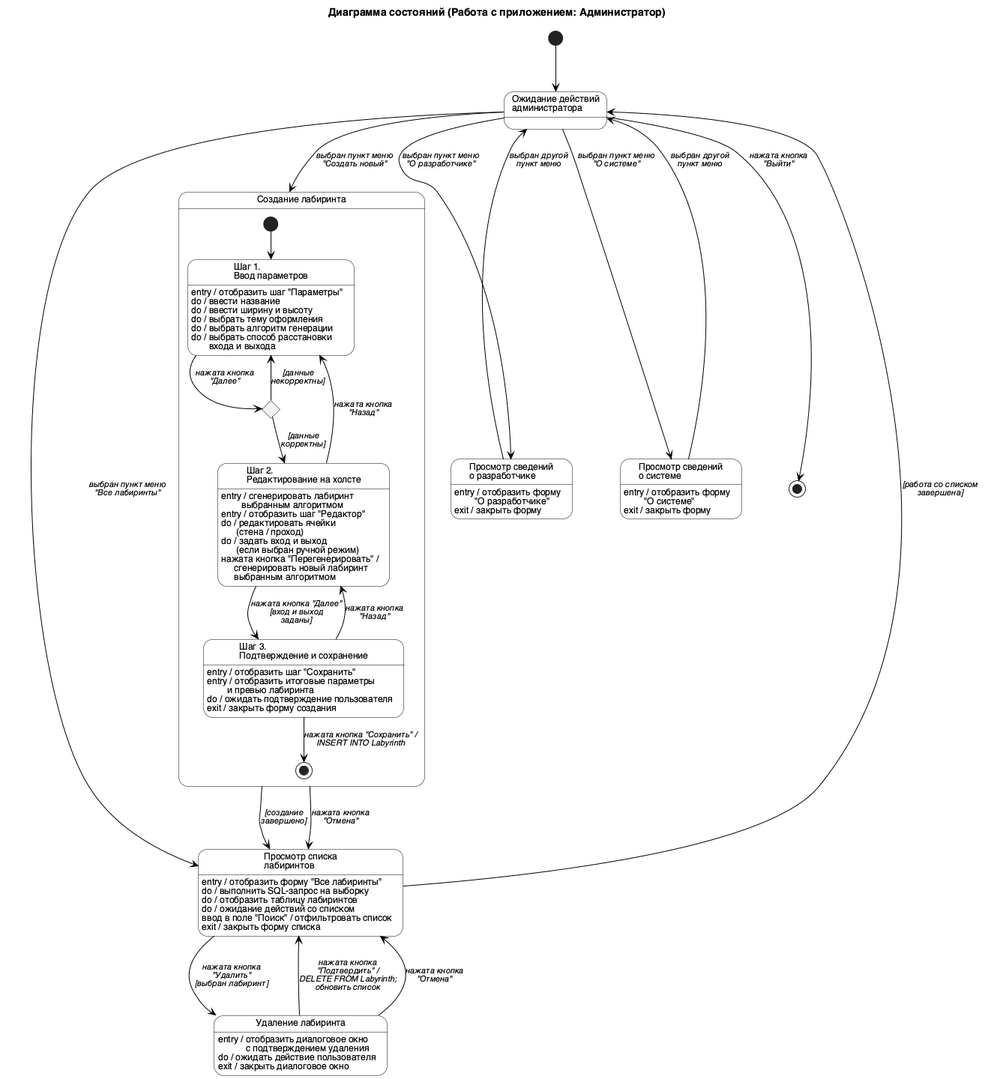
Above: state-admin.png in ozcnii/software-engineering (PlantUML), before the change. Its diagram source:
```plantuml
@startuml
title Диаграмма состояний (Работа с приложением: Администратор)

skinparam state {
  BackgroundColor #FFFFFF
  BorderColor #000000
  FontSize 12
  ArrowColor #000000
  ArrowFontSize 11
  ArrowFontStyle italic
}
skinparam DefaultFontName Helvetica

[*] --> Ожидание

state "Ожидание действий\nадминистратора" as Ожидание

state "Просмотр списка\nлабиринтов" as СписокЛабиринтов {
  СписокЛабиринтов : entry / отобразить форму "Все лабиринты"
  СписокЛабиринтов : do / выполнить SQL-запрос на выборку
  СписокЛабиринтов : do / отобразить таблицу лабиринтов
  СписокЛабиринтов : do / ожидание действий со списком
  СписокЛабиринтов : ввод в поле "Поиск" / отфильтровать список
  СписокЛабиринтов : exit / закрыть форму списка
}

state "Удаление лабиринта" as УдалениеЛабиринта {
  УдалениеЛабиринта : entry / отобразить диалоговое окно\n           с подтверждением удаления
  УдалениеЛабиринта : do / ожидать действие пользователя
  УдалениеЛабиринта : exit / закрыть диалоговое окно
}

state "Создание лабиринта" as СозданиеЛабиринта {
  [*] --> ВводПараметров

  state "Шаг 1.\nВвод параметров" as ВводПараметров {
    ВводПараметров : entry / отобразить шаг "Параметры"
    ВводПараметров : do / ввести название
    ВводПараметров : do / ввести ширину и высоту
    ВводПараметров : do / выбрать тему оформления
    ВводПараметров : do / выбрать алгоритм генерации
    ВводПараметров : do / выбрать способ расстановки\n       входа и выхода
  }

  state "Шаг 2.\nРедактирование на холсте" as Редактор {
    Редактор : entry / сгенерировать лабиринт\n        выбранным алгоритмом
    Редактор : entry / отобразить шаг "Редактор"
    Редактор : do / редактировать ячейки\n      (стена / проход)
    Редактор : do / задать вход и выход\n      (если выбран ручной режим)
    Редактор : нажата кнопка "Перегенерировать" /\n     сгенерировать новый лабиринт\n     выбранным алгоритмом
  }

  state "Шаг 3.\nПодтверждение и сохранение" as Сохранение {
    Сохранение : entry / отобразить шаг "Сохранить"
    Сохранение : entry / отобразить итоговые параметры\n        и превью лабиринта
    Сохранение : do / ожидать подтверждение пользователя
    Сохранение : exit / закрыть форму создания
  }

  state ПроверкаДанных <<choice>>

  ВводПараметров --> ПроверкаДанных : нажата кнопка\n"Далее"
  ПроверкаДанных --> Редактор : [данные\nкорректны]
  ПроверкаДанных --> ВводПараметров : [данные\nнекорректны]

  Редактор --> ВводПараметров : нажата кнопка\n"Назад"
  Редактор --> Сохранение : нажата кнопка "Далее"\n[вход и выход\nзаданы]
  Сохранение --> Редактор : нажата кнопка\n"Назад"
  Сохранение --> [*] : нажата кнопка "Сохранить" /\nINSERT INTO Labyrinth
}

state "Просмотр сведений\nо разработчике" as Разработчик {
  Разработчик : entry / отобразить форму\n        "О разработчике"
  Разработчик : exit / закрыть форму
}

state "Просмотр сведений\nо системе" as Система {
  Система : entry / отобразить форму\n        "О системе"
  Система : exit / закрыть форму
}


Ожидание --> СписокЛабиринтов : выбран пункт меню\n"Все лабиринты"
СписокЛабиринтов --> Ожидание : [работа со списком\nзавершена]

СписокЛабиринтов --> УдалениеЛабиринта : нажата кнопка\n"Удалить"\n[выбран лабиринт]
УдалениеЛабиринта --> СписокЛабиринтов : нажата кнопка\n"Подтвердить" /\nDELETE FROM Labyrinth;\nобновить список
УдалениеЛабиринта --> СписокЛабиринтов : нажата кнопка\n"Отмена"

Ожидание --> СозданиеЛабиринта : выбран пункт меню\n"Создать новый"
СозданиеЛабиринта --> СписокЛабиринтов : [создание\nзавершено]
СозданиеЛабиринта --> СписокЛабиринтов : нажата кнопка\n"Отмена"

Ожидание --> Разработчик : выбран пункт меню\n"О разработчике"
Разработчик --> Ожидание : выбран другой\nпункт меню

Ожидание --> Система : выбран пункт меню\n"О системе"
Система --> Ожидание : выбран другой\nпункт меню

Ожидание --> [*] : нажата кнопка\n"Выйти"

@enduml
```
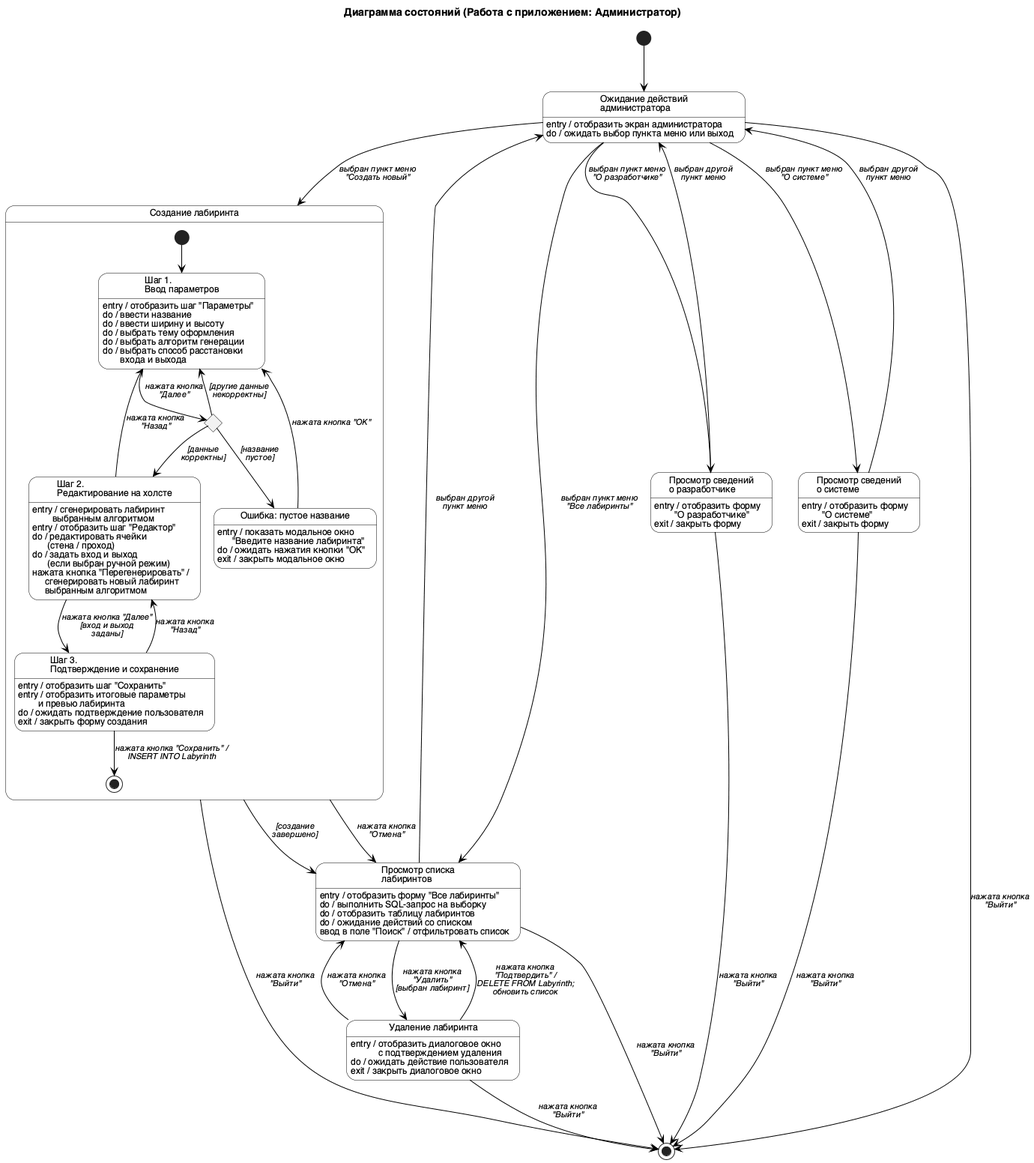
The same diagram one commit later.

Commit message:
Уточнить UML state/use-case и синхронизировать UI удаления

What changed in the source:
```diff
@@ -13,7 +13,10 @@
 
 [*] --> Ожидание
 
-state "Ожидание действий\nадминистратора" as Ожидание
+state "Ожидание действий\nадминистратора" as Ожидание {
+  Ожидание : entry / отобразить экран администратора
+  Ожидание : do / ожидать выбор пункта меню или выход
+}
 
 state "Просмотр списка\nлабиринтов" as СписокЛабиринтов {
   СписокЛабиринтов : entry / отобразить форму "Все лабиринты"
@@ -21,7 +24,6 @@
   СписокЛабиринтов : do / отобразить таблицу лабиринтов
   СписокЛабиринтов : do / ожидание действий со списком
   СписокЛабиринтов : ввод в поле "Поиск" / отфильтровать список
-  СписокЛабиринтов : exit / закрыть форму списка
 }
 
 state "Удаление лабиринта" as УдалениеЛабиринта {
@@ -59,9 +61,17 @@
 
   state ПроверкаДанных <<choice>>
 
+  state "Ошибка: пустое название" as ОшибкаНазвания {
+    ОшибкаНазвания : entry / показать модальное окно\n      "Введите название лабиринта"
+    ОшибкаНазвания : do / ожидать нажатия кнопки "ОК"
+    ОшибкаНазвания : exit / закрыть модальное окно
+  }
+
   ВводПараметров --> ПроверкаДанных : нажата кнопка\n"Далее"
   ПроверкаДанных --> Редактор : [данные\nкорректны]
-  ПроверкаДанных --> ВводПараметров : [данные\nнекорректны]
+  ПроверкаДанных --> ОшибкаНазвания : [название\nпустое]
+  ПроверкаДанных --> ВводПараметров : [другие данные\nнекорректны]
+  ОшибкаНазвания --> ВводПараметров : нажата кнопка "ОК"
 
   Редактор --> ВводПараметров : нажата кнопка\n"Назад"
   Редактор --> Сохранение : нажата кнопка "Далее"\n[вход и выход\nзаданы]
@@ -81,7 +91,7 @@
 
 
 Ожидание --> СписокЛабиринтов : выбран пункт меню\n"Все лабиринты"
-СписокЛабиринтов --> Ожидание : [работа со списком\nзавершена]
+СписокЛабиринтов --> Ожидание : выбран другой\nпункт меню
 
 СписокЛабиринтов --> УдалениеЛабиринта : нажата кнопка\n"Удалить"\n[выбран лабиринт]
 УдалениеЛабиринта --> СписокЛабиринтов : нажата кнопка\n"Подтвердить" /\nDELETE FROM Labyrinth;\nобновить список
@@ -98,5 +108,10 @@
 Система --> Ожидание : выбран другой\nпункт меню
 
 Ожидание --> [*] : нажата кнопка\n"Выйти"
+СписокЛабиринтов --> [*] : нажата кнопка\n"Выйти"
+УдалениеЛабиринта --> [*] : нажата кнопка\n"Выйти"
+СозданиеЛабиринта --> [*] : нажата кнопка\n"Выйти"
+Разработчик --> [*] : нажата кнопка\n"Выйти"
+Система --> [*] : нажата кнопка\n"Выйти"
 
 @enduml
```
